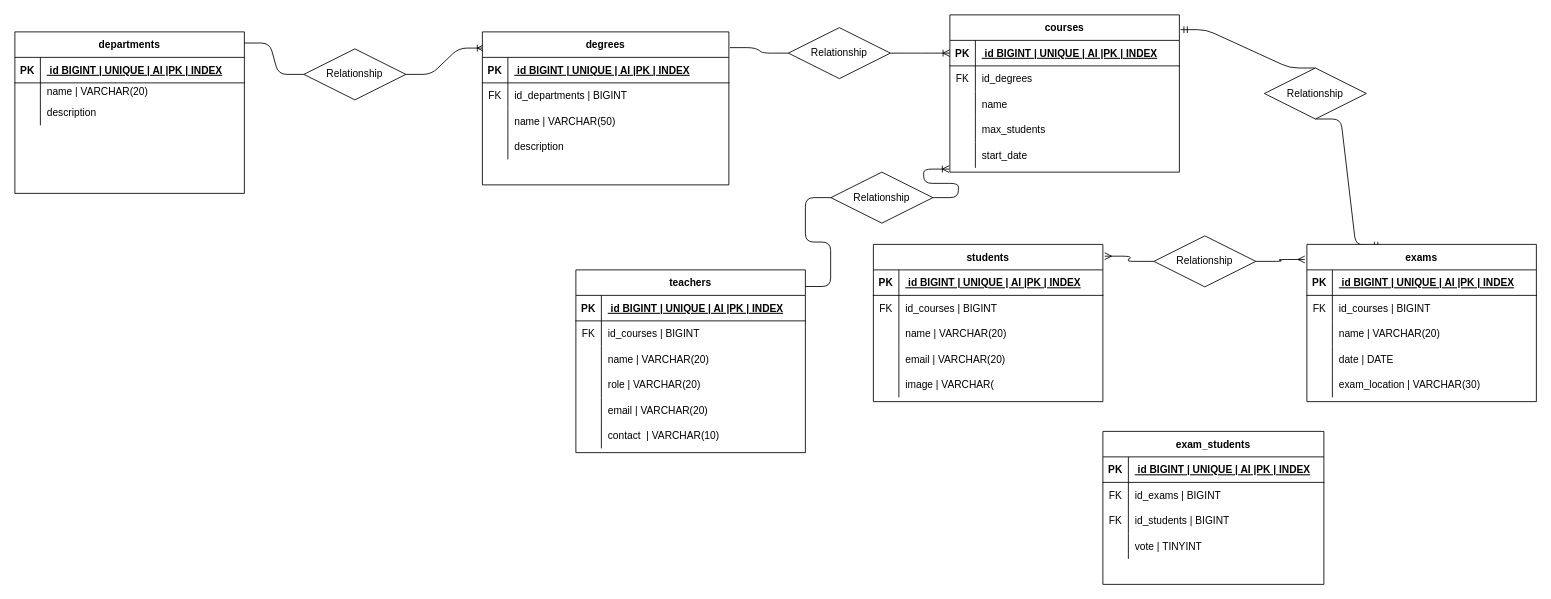
This is schema.drawio from MatteoStrazzera/db-university, a draw.io file, before an edit. Source tidied: cells renumbered, new cells numbered last; positions are measured from the earlier drawing's top-left corner, leaving out a move shared by most shapes. Both pictures are drawn from the tidied source at 85%, with x=0, y=0 at pixel (14, 14).
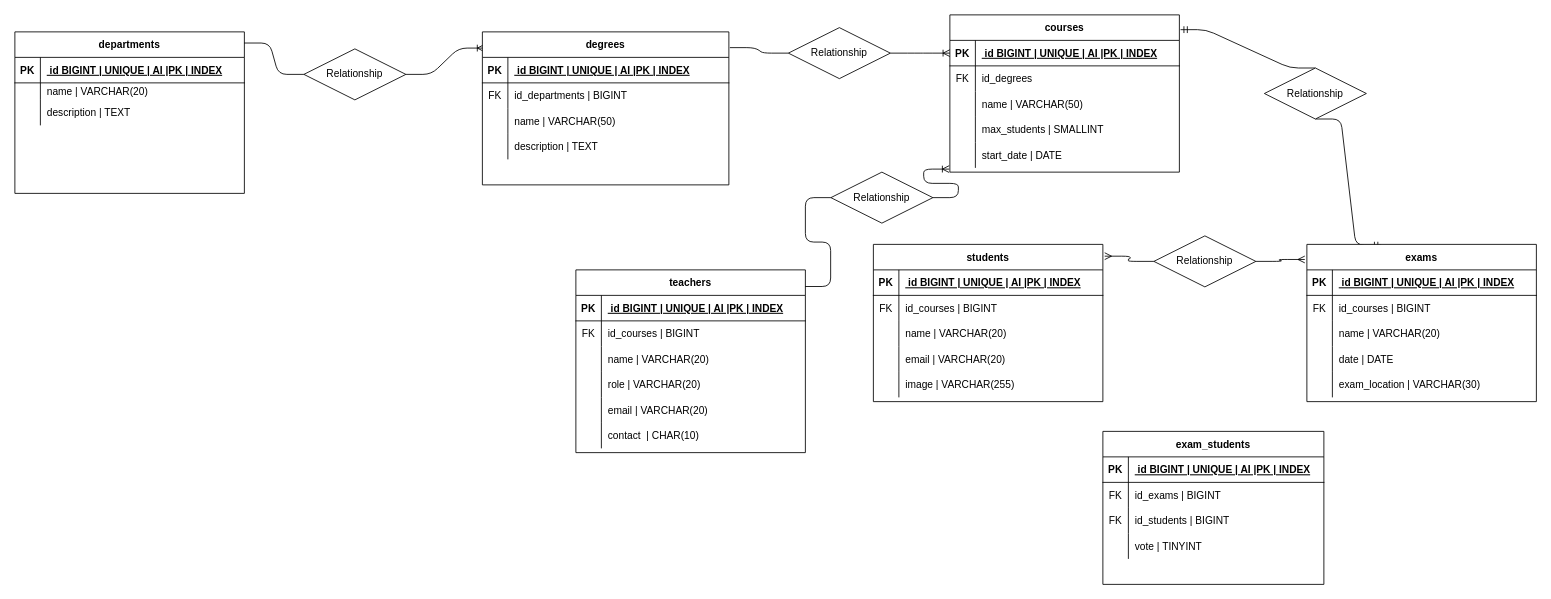
After the change.

The change refers to these unchanged cells:
```xml
<mxCell id="9" style="shape=tableRow;horizontal=0;startSize=0;swimlaneHead=0;swimlaneBody=0;fillColor=none;top=0;left=0;right=0;bottom=0;" parent="2" vertex="1">
  <mxGeometry y="80" width="270" height="30" as="geometry" />
</mxCell>
<mxCell id="19" style="shape=tableRow;horizontal=0;startSize=0;swimlaneHead=0;swimlaneBody=0;fillColor=none;top=0;left=0;right=0;bottom=0;" parent="12" vertex="1">
  <mxGeometry y="90" width="270" height="30" as="geometry" />
</mxCell>
<mxCell id="22" style="shape=tableRow;horizontal=0;startSize=0;swimlaneHead=0;swimlaneBody=0;fillColor=none;top=0;left=0;right=0;bottom=0;" parent="12" vertex="1">
  <mxGeometry y="120" width="270" height="30" as="geometry" />
</mxCell>
<mxCell id="25" style="shape=tableRow;horizontal=0;startSize=0;swimlaneHead=0;swimlaneBody=0;fillColor=none;points=[[0,0.5],[1,0.5]];portConstraint=eastwest;top=0;left=0;right=0;bottom=0;" parent="12" vertex="1">
  <mxGeometry y="150" width="270" height="30" as="geometry" />
</mxCell>
<mxCell id="41" style="shape=tableRow;horizontal=0;startSize=0;swimlaneHead=0;swimlaneBody=0;fillColor=none;top=0;left=0;right=0;bottom=0;" parent="31" vertex="1">
  <mxGeometry y="120" width="290" height="30" as="geometry" />
</mxCell>
<mxCell id="63" style="shape=tableRow;horizontal=0;startSize=0;swimlaneHead=0;swimlaneBody=0;fillColor=none;top=0;left=0;right=0;bottom=0;" parent="47" vertex="1">
  <mxGeometry y="180" width="270" height="30" as="geometry" />
</mxCell>
<mxCell id="82" style="shape=tableRow;horizontal=0;startSize=0;swimlaneHead=0;swimlaneBody=0;fillColor=none;top=0;left=0;right=0;bottom=0;" parent="69" vertex="1">
  <mxGeometry y="150" width="270" height="30" as="geometry" />
</mxCell>
```

The edit, as a diff of the source:
```diff
@@
-    <mxCell id="11" value="description" style="shape=partialRectangle;fillColor=none;top=0;left=0;bottom=0;right=0;align=left;spacingLeft=6;overflow=hidden;" parent="9" vertex="1">
+    <mxCell id="11" value="description | TEXT" style="shape=partialRectangle;fillColor=none;top=0;left=0;bottom=0;right=0;align=left;spacingLeft=6;overflow=hidden;" parent="9" vertex="1">
       <mxGeometry x="30" width="240" height="30" as="geometry" />
     </mxCell>
@@
-    <mxCell id="21" value="name" style="shape=partialRectangle;fillColor=none;top=0;left=0;bottom=0;right=0;align=left;spacingLeft=6;overflow=hidden;" parent="19" vertex="1">
+    <mxCell id="21" value="name | VARCHAR(50)" style="shape=partialRectangle;fillColor=none;top=0;left=0;bottom=0;right=0;align=left;spacingLeft=6;overflow=hidden;" parent="19" vertex="1">
       <mxGeometry x="30" width="240" height="30" as="geometry" />
     </mxCell>
@@
-    <mxCell id="24" value="max_students" style="shape=partialRectangle;fillColor=none;top=0;left=0;bottom=0;right=0;align=left;spacingLeft=6;overflow=hidden;" parent="22" vertex="1">
+    <mxCell id="24" value="max_students | SMALLINT" style="shape=partialRectangle;fillColor=none;top=0;left=0;bottom=0;right=0;align=left;spacingLeft=6;overflow=hidden;" parent="22" vertex="1">
       <mxGeometry x="30" width="240" height="30" as="geometry" />
     </mxCell>
@@
-    <mxCell id="27" value="start_date" style="shape=partialRectangle;fillColor=none;top=0;left=0;bottom=0;right=0;align=left;spacingLeft=6;overflow=hidden;" parent="25" vertex="1">
+    <mxCell id="27" value="start_date | DATE" style="shape=partialRectangle;fillColor=none;top=0;left=0;bottom=0;right=0;align=left;spacingLeft=6;overflow=hidden;" parent="25" vertex="1">
       <mxGeometry x="30" width="240" height="30" as="geometry" />
     </mxCell>
@@
-    <mxCell id="43" value="description" style="shape=partialRectangle;fillColor=none;top=0;left=0;bottom=0;right=0;align=left;spacingLeft=6;overflow=hidden;" parent="41" vertex="1">
+    <mxCell id="43" value="description | TEXT" style="shape=partialRectangle;fillColor=none;top=0;left=0;bottom=0;right=0;align=left;spacingLeft=6;overflow=hidden;" parent="41" vertex="1">
       <mxGeometry x="30" width="260" height="30" as="geometry" />
     </mxCell>
@@
-    <mxCell id="65" value="contact  | VARCHAR(10)" style="shape=partialRectangle;fillColor=none;top=0;left=0;bottom=0;right=0;align=left;spacingLeft=6;overflow=hidden;" parent="63" vertex="1">
+    <mxCell id="65" value="contact  | CHAR(10)" style="shape=partialRectangle;fillColor=none;top=0;left=0;bottom=0;right=0;align=left;spacingLeft=6;overflow=hidden;" parent="63" vertex="1">
       <mxGeometry x="30" width="240" height="30" as="geometry" />
     </mxCell>
@@
-    <mxCell id="84" value="image | VARCHAR(" style="shape=partialRectangle;fillColor=none;top=0;left=0;bottom=0;right=0;align=left;spacingLeft=6;overflow=hidden;" parent="82" vertex="1">
+    <mxCell id="84" value="image | VARCHAR(255)" style="shape=partialRectangle;fillColor=none;top=0;left=0;bottom=0;right=0;align=left;spacingLeft=6;overflow=hidden;" parent="82" vertex="1">
       <mxGeometry x="30" width="240" height="30" as="geometry" />
     </mxCell>
```
